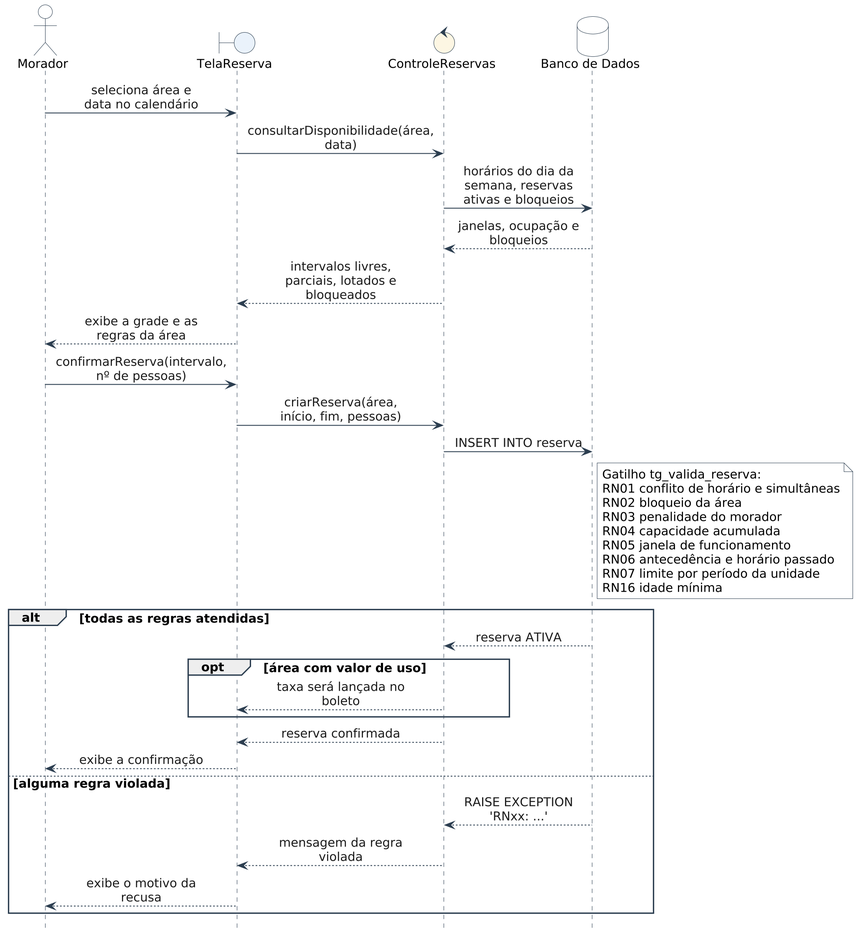
Above: Documentos/diagramas/diagramas_sequencia/04_seq_uc03.png in jvmuka/OASIS (PlantUML), before the change. Source of this version:
```plantuml
@startuml 04_seq_uc03
skinparam dpi 200
skinparam backgroundColor #FFFFFF
skinparam defaultFontName Arial
skinparam defaultFontSize 14
skinparam shadowing false
skinparam sequenceMessageAlign center
skinparam responseMessageBelowArrow true
skinparam ArrowColor #2C3E50
skinparam ArrowFontColor #1A1A1A
skinparam sequence {
  LifeLineBorderColor #2C3E50
  ParticipantBorderColor #2C3E50
  ParticipantBackgroundColor #FFFFFF
  ActorBorderColor #2C3E50
  ActorBackgroundColor #FFFFFF
  BoxBorderColor #2C3E50
  GroupBorderColor #2C3E50
  GroupHeaderFontStyle bold
  DividerBorderColor #2C3E50
}
skinparam boundary {
  BackgroundColor #EAF2FB
  BorderColor #2C3E50
}
skinparam control {
  BackgroundColor #FDF6E3
  BorderColor #2C3E50
}
skinparam database {
  BackgroundColor #FFFFFF
  BorderColor #2C3E50
}
skinparam note {
  BackgroundColor #FFFFFF
  BorderColor #2C3E50
}
hide footbox
skinparam maxMessageSize 150
skinparam ParticipantPadding 4
skinparam BoxPadding 4

actor "Morador" as M
boundary "TelaReserva" as T
control "ControleReservas" as C
database "Banco de Dados" as BD

M -> T : seleciona área e data no calendário
T -> C : consultarDisponibilidade(área, data)
C -> BD : horários do dia da semana, reservas ativas e bloqueios
BD --> C : janelas, ocupação e bloqueios
C --> T : intervalos livres, parciais, lotados e bloqueados
T --> M : exibe a grade e as regras da área
M -> T : confirmarReserva(intervalo, nº de pessoas)
T -> C : criarReserva(área, início, fim, pessoas)
C -> BD : INSERT INTO reserva
note right of BD
  Gatilho tg_valida_reserva:
  RN01 conflito de horário e simultâneas
  RN02 bloqueio da área
  RN03 penalidade do morador
  RN04 capacidade acumulada
  RN05 janela de funcionamento
  RN06 antecedência e horário passado
  RN07 limite por período da unidade
  RN16 idade mínima
end note
alt todas as regras atendidas
  BD --> C : reserva ATIVA
  opt área com valor de uso
    C --> T : taxa será lançada no boleto
  end
  C --> T : reserva confirmada
  T --> M : exibe a confirmação
else alguma regra violada
  BD --> C : RAISE EXCEPTION 'RNxx: ...'
  C --> T : mensagem da regra violada
  T --> M : exibe o motivo da recusa
end
@enduml
```
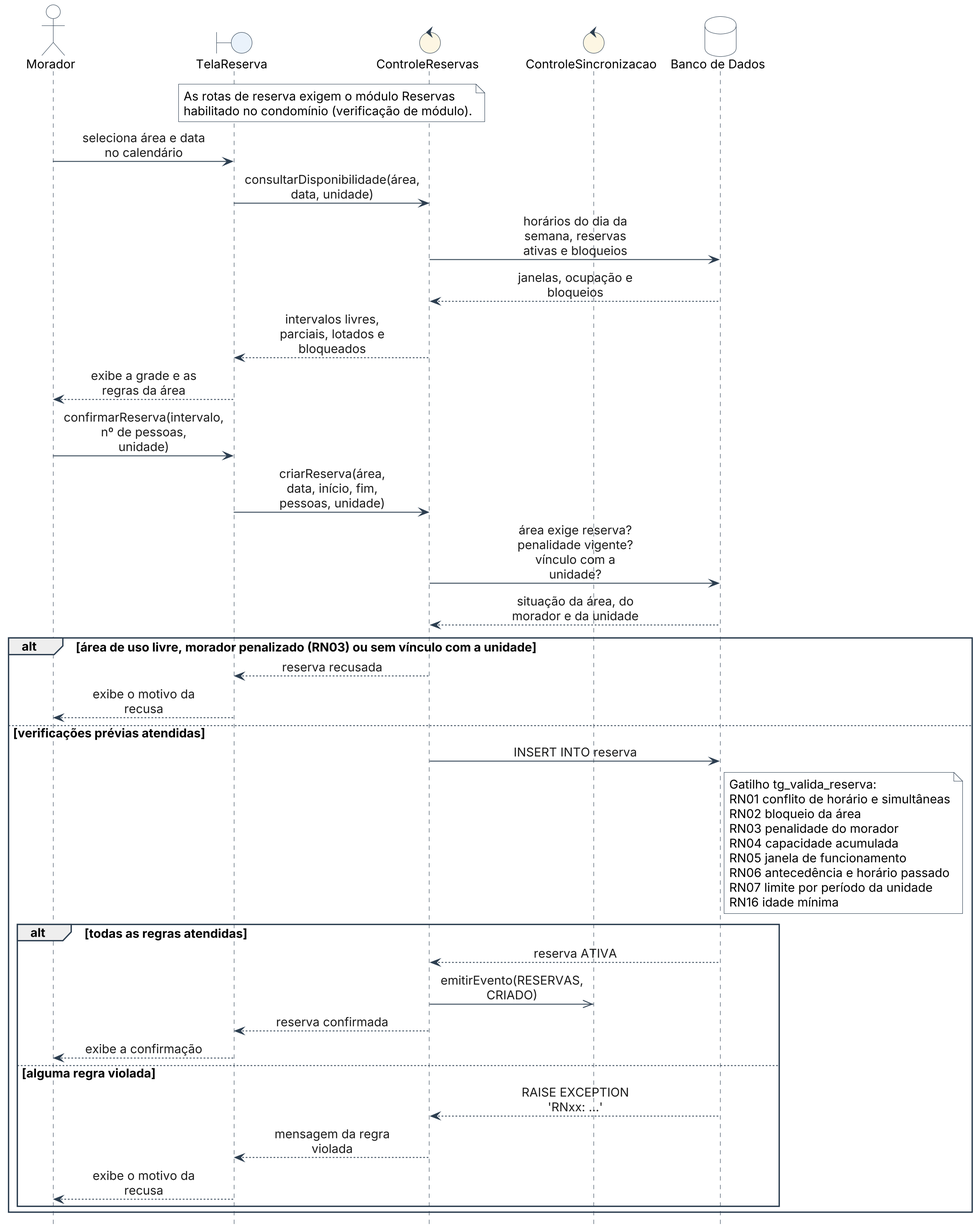
The same file after the commit.

Diff of the diagram source:
```diff
@@ -1,80 +1,50 @@
 @startuml 04_seq_uc03
-skinparam dpi 200
-skinparam backgroundColor #FFFFFF
-skinparam defaultFontName Arial
-skinparam defaultFontSize 14
-skinparam shadowing false
-skinparam sequenceMessageAlign center
-skinparam responseMessageBelowArrow true
-skinparam ArrowColor #2C3E50
-skinparam ArrowFontColor #1A1A1A
-skinparam sequence {
-  LifeLineBorderColor #2C3E50
-  ParticipantBorderColor #2C3E50
-  ParticipantBackgroundColor #FFFFFF
-  ActorBorderColor #2C3E50
-  ActorBackgroundColor #FFFFFF
-  BoxBorderColor #2C3E50
-  GroupBorderColor #2C3E50
-  GroupHeaderFontStyle bold
-  DividerBorderColor #2C3E50
-}
-skinparam boundary {
-  BackgroundColor #EAF2FB
-  BorderColor #2C3E50
-}
-skinparam control {
-  BackgroundColor #FDF6E3
-  BorderColor #2C3E50
-}
-skinparam database {
-  BackgroundColor #FFFFFF
-  BorderColor #2C3E50
-}
-skinparam note {
-  BackgroundColor #FFFFFF
-  BorderColor #2C3E50
-}
-hide footbox
-skinparam maxMessageSize 150
-skinparam ParticipantPadding 4
-skinparam BoxPadding 4
-
+!include cabecalho.iuml
 actor "Morador" as M
 boundary "TelaReserva" as T
 control "ControleReservas" as C
+control "ControleSincronizacao" as S
 database "Banco de Dados" as BD
 
+note over T, C
+  As rotas de reserva exigem o módulo Reservas
+  habilitado no condomínio (verificação de módulo).
+end note
 M -> T : seleciona área e data no calendário
-T -> C : consultarDisponibilidade(área, data)
+T -> C : consultarDisponibilidade(área, data, unidade)
 C -> BD : horários do dia da semana, reservas ativas e bloqueios
 BD --> C : janelas, ocupação e bloqueios
 C --> T : intervalos livres, parciais, lotados e bloqueados
 T --> M : exibe a grade e as regras da área
-M -> T : confirmarReserva(intervalo, nº de pessoas)
-T -> C : criarReserva(área, início, fim, pessoas)
-C -> BD : INSERT INTO reserva
-note right of BD
-  Gatilho tg_valida_reserva:
-  RN01 conflito de horário e simultâneas
-  RN02 bloqueio da área
-  RN03 penalidade do morador
-  RN04 capacidade acumulada
-  RN05 janela de funcionamento
-  RN06 antecedência e horário passado
-  RN07 limite por período da unidade
-  RN16 idade mínima
-end note
-alt todas as regras atendidas
-  BD --> C : reserva ATIVA
-  opt área com valor de uso
-    C --> T : taxa será lançada no boleto
+M -> T : confirmarReserva(intervalo, nº de pessoas, unidade)
+T -> C : criarReserva(área, data, início, fim, pessoas, unidade)
+C -> BD : área exige reserva? penalidade vigente? vínculo com a unidade?
+BD --> C : situação da área, do morador e da unidade
+alt área de uso livre, morador penalizado (RN03) ou sem vínculo com a unidade
+  C --> T : reserva recusada
+  T --> M : exibe o motivo da recusa
+else verificações prévias atendidas
+  C -> BD : INSERT INTO reserva
+  note right of BD
+    Gatilho tg_valida_reserva:
+    RN01 conflito de horário e simultâneas
+    RN02 bloqueio da área
+    RN03 penalidade do morador
+    RN04 capacidade acumulada
+    RN05 janela de funcionamento
+    RN06 antecedência e horário passado
+    RN07 limite por período da unidade
+    RN16 idade mínima
+  end note
+  alt todas as regras atendidas
+    BD --> C : reserva ATIVA
+    C ->> S : emitirEvento(RESERVAS, CRIADO)
+    C --> T : reserva confirmada
+    T --> M : exibe a confirmação
+  else alguma regra violada
+    BD --> C : RAISE EXCEPTION 'RNxx: ...'
+    C --> T : mensagem da regra violada
+    T --> M : exibe o motivo da recusa
   end
-  C --> T : reserva confirmada
-  T --> M : exibe a confirmação
-else alguma regra violada
-  BD --> C : RAISE EXCEPTION 'RNxx: ...'
-  C --> T : mensagem da regra violada
-  T --> M : exibe o motivo da recusa
 end
 @enduml
```
